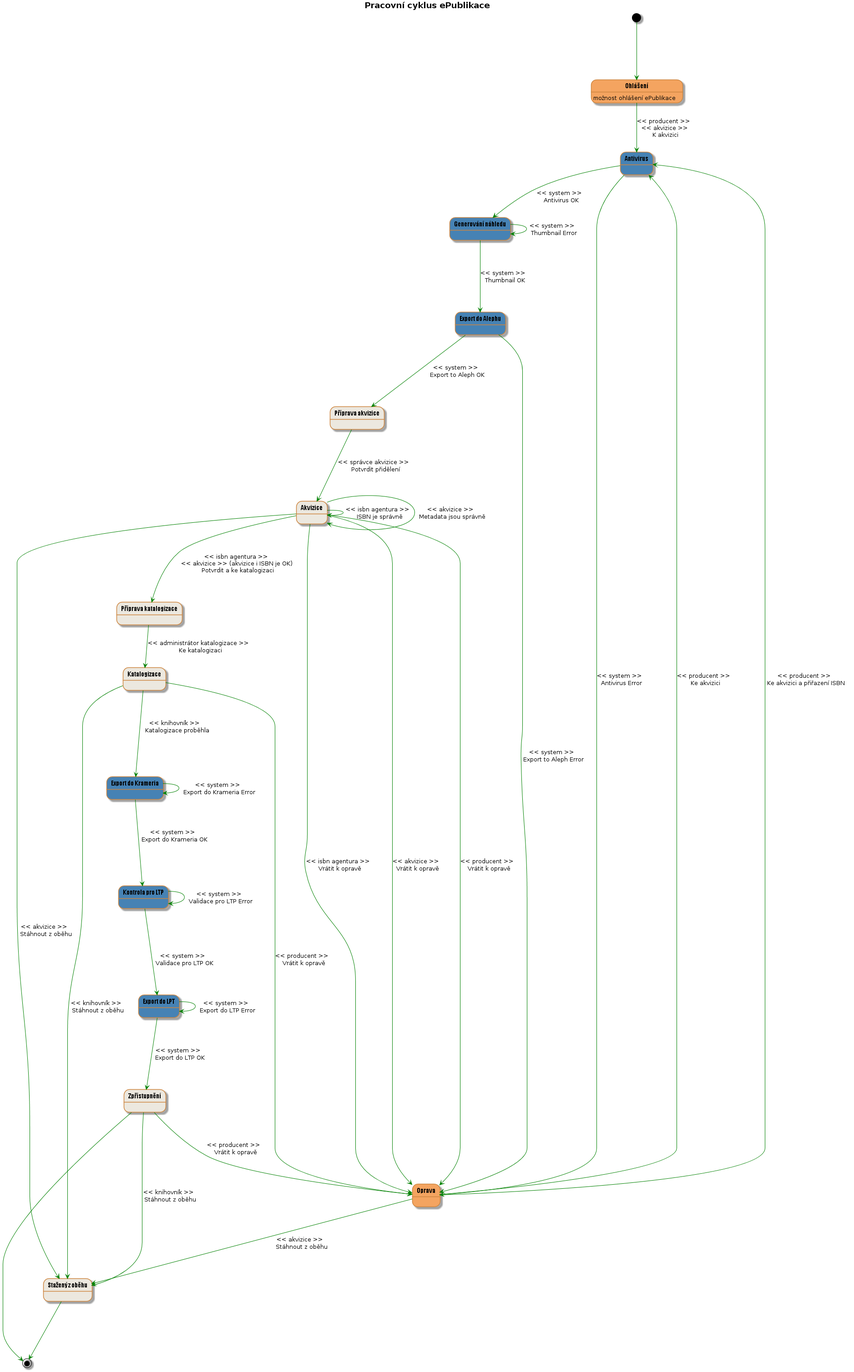
Before: docs/wf02.png, a diagram exported from PlantUML (edeposit/edeposit).
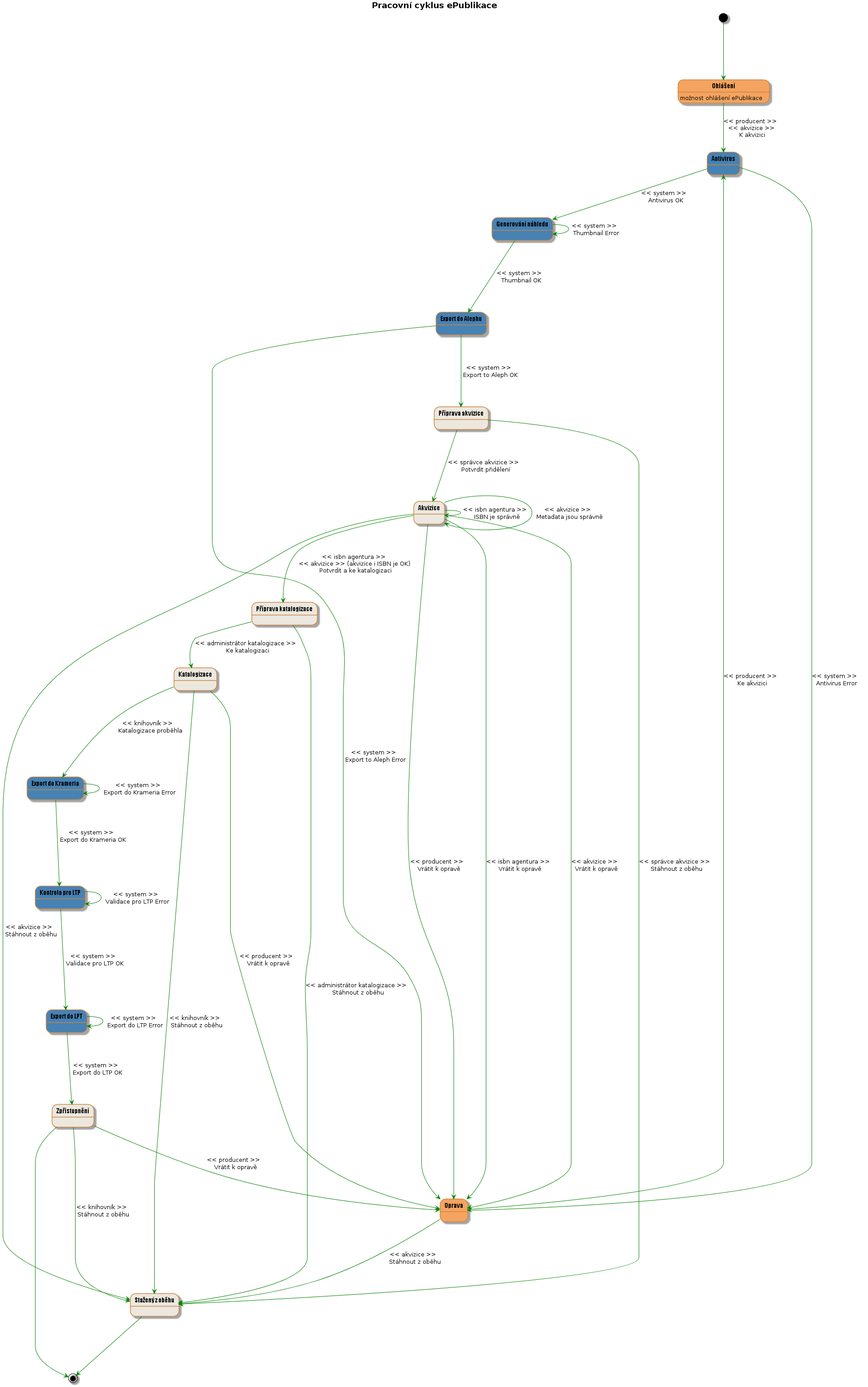
The same diagram one commit later.

The edit, as a diff of the source:
```diff
@@ -15,15 +15,15 @@
 state "Ohlá?ení" as declaration #SandyBrown
 declaration : mo?nost ohlá?ení ePublikace
 
+state "Zp?ístupn?ní" as accessing #ECE8DF
+state "Antivirus" as antivirus #SteelBlue
+state "P?íprava akvizice" as acquisitionPreparing #ECE8DF
 state "Akvizice" as acquisition #ECE8DF
-state "P?íprava akvizice" as acquisitionPreparing #ECE8DF
 state "P?íprava katalogizace" as catalogizationPreparing #ECE8DF
 state "Katalogizace" as catalogization #ECE8DF
-state "Zp?ístupn?ní" as accessing #ECE8DF
 state "Oprava" as declarationWithError #SandyBrown
 state "Generování náhledu" as thumbnailGenerating #SteelBlue
 state "Export do Alephu" as exportToAleph #SteelBlue
-state "Antivirus" as antivirus #SteelBlue
 state "Export do Krameria" as exportToKramerius #SteelBlue
 state "Export do LPT" as exportToLTP #SteelBlue
 state "Kontrola pro LTP" as validationForLTP #SteelBlue
@@ -43,6 +43,7 @@
 exportToAleph --> declarationWithError : << system >> \n Export to Aleph Error
 
 acquisitionPreparing ---> acquisition : << správce akvizice >> \n Potvrdit p?id?lení
+acquisitionPreparing ---> withdrawn : << správce akvizice >> \n Stáhnout z ob?hu
 acquisition ---> declarationWithError : << isbn agentura >> \n Vrátit k oprav?
 acquisition ---> declarationWithError : << akvizice >> \n Vrátit k oprav?
 acquisition ---> acquisition : << isbn agentura >> \n ISBN je správn?
@@ -52,10 +53,10 @@
 acquisition ---> withdrawn : << akvizice >> \n Stáhnout z ob?hu
 
 declarationWithError ---> antivirus : << producent >> \n Ke akvizici
-declarationWithError ---> antivirus : << producent >> \n Ke akvizici a p?i?azení ISBN
 declarationWithError ---> withdrawn : << akvizice >> \n Stáhnout z ob?hu
 
 catalogizationPreparing --> catalogization : << administrátor katalogizace >> \n Ke katalogizaci
+catalogizationPreparing --> withdrawn : << administrátor katalogizace >> \n Stáhnout z ob?hu
 catalogization ---> exportToKramerius : << knihovník >> \n  Katalogizace prob?hla
 catalogization ---> declarationWithError : << producent >> \n Vrátit k oprav?
 catalogization ---> withdrawn : << knihovník >> \n Stáhnout z ob?hu
```
